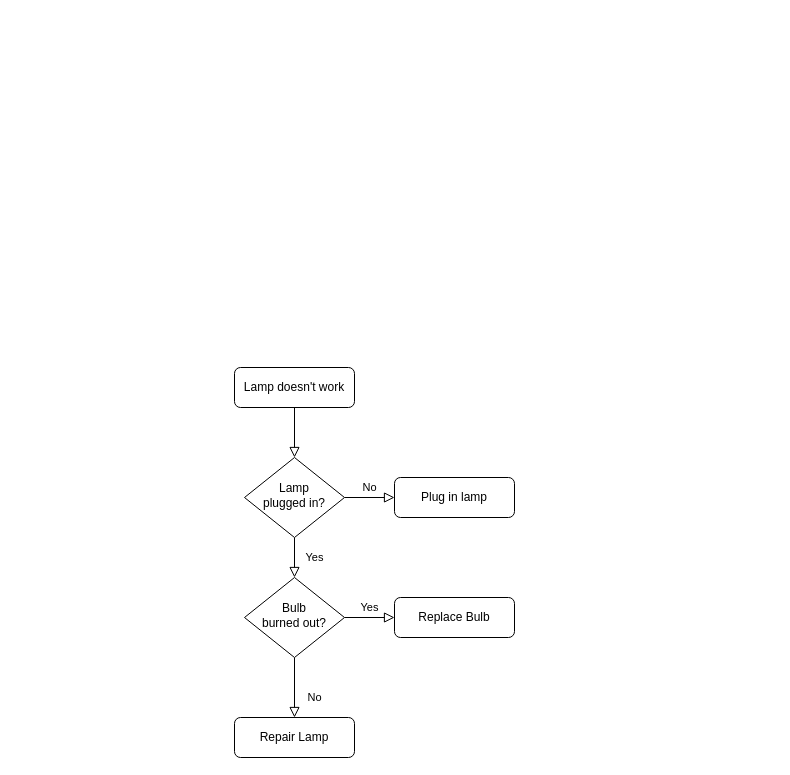
Earlier version of the draw.io diagram BaseballGameDiagram.drawio (just1103/Swift_Syntax). Source tidied: cells renumbered, new cells numbered last; positions are measured from the earlier drawing's top-left corner, leaving out a move shared by most shapes. Both pictures are drawn from the tidied source at 100%, with x=0, y=0 at pixel (234, 367).
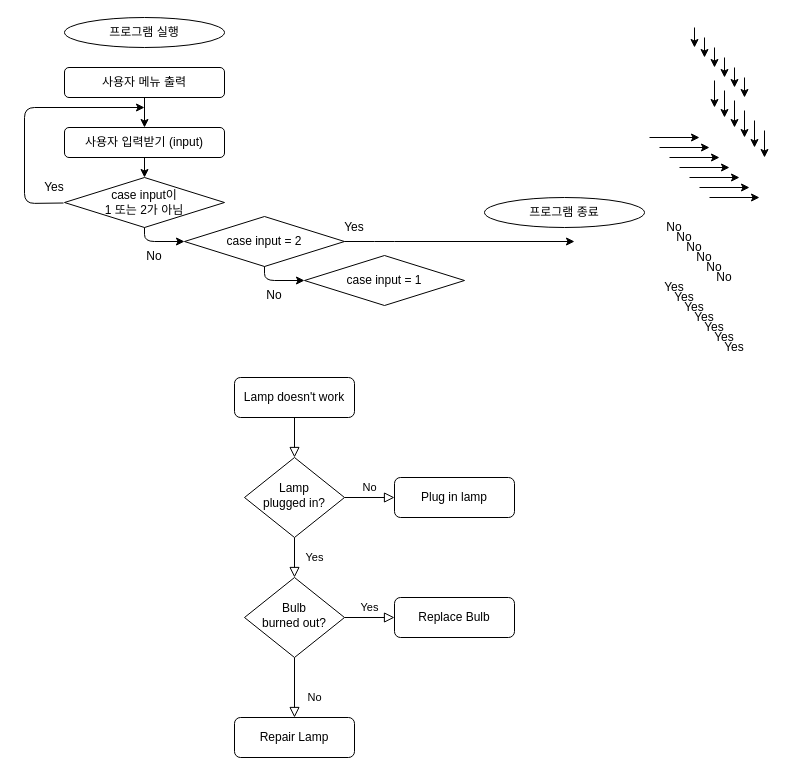
The same diagram, later.

The edit, as a diff of the source:
```diff
@@
     <mxCell id="3" value="Lamp doesn't work" style="rounded=1;whiteSpace=wrap;html=1;fontSize=12;glass=0;strokeWidth=1;shadow=0;" parent="1" vertex="1">
-      <mxGeometry width="120" height="40" as="geometry" />
+      <mxGeometry y="10" width="120" height="40" as="geometry" />
     </mxCell>
@@
+    <mxCell id="13" value="프로그램 실행" style="ellipse;whiteSpace=wrap;html=1;" parent="1" vertex="1">
+      <mxGeometry x="-170" y="-350" width="160" height="30" as="geometry" />
+    </mxCell>
+    <mxCell id="14" style="edgeStyle=orthogonalEdgeStyle;rounded=0;jettySize=auto;html=1;entryX=0.5;entryY=0;entryDx=0;entryDy=0;" parent="1" edge="1" source="15" target="16">
+      <mxGeometry relative="1" as="geometry" />
+    </mxCell>
+    <mxCell id="15" value="사용자 메뉴 출력" style="rounded=1;whiteSpace=wrap;html=1;" parent="1" vertex="1">
+      <mxGeometry x="-170" y="-300" width="160" height="30" as="geometry" />
+    </mxCell>
+    <mxCell id="16" value="사용자 입력받기 (input)" style="rounded=1;whiteSpace=wrap;html=1;" parent="1" vertex="1">
+      <mxGeometry x="-170" y="-240" width="160" height="30" as="geometry" />
+    </mxCell>
+    <mxCell id="17" value="&lt;font style=&quot;font-size: 12px&quot;&gt;case input이 &lt;br&gt;1 또는 2가 아님&lt;/font&gt;" style="rhombus;whiteSpace=wrap;html=1;" parent="1" vertex="1">
+      <mxGeometry x="-170" y="-190" width="160" height="50" as="geometry" />
+    </mxCell>
+    <mxCell id="18" style="endArrow=classic;html=1;" parent="1" edge="1">
+      <mxGeometry relative="1" as="geometry">
+        <mxPoint x="-171" y="-164.5" as="sourcePoint" />
+        <mxPoint x="-90" y="-260" as="targetPoint" />
+        <Array as="points">
+          <mxPoint x="-210" y="-164" />
+          <mxPoint x="-210" y="-260" />
+        </Array>
+      </mxGeometry>
+    </mxCell>
+    <mxCell id="19" style="endArrow=classic;html=1;" parent="1" edge="1">
+      <mxGeometry relative="1" as="geometry">
+        <mxPoint x="460" y="-340" as="sourcePoint" />
+        <mxPoint x="460" y="-320" as="targetPoint" />
+      </mxGeometry>
+    </mxCell>
+    <mxCell id="20" style="endArrow=classic;html=1;" parent="1" edge="1">
+      <mxGeometry relative="1" as="geometry">
+        <mxPoint x="470" y="-330" as="sourcePoint" />
+        <mxPoint x="470" y="-310" as="targetPoint" />
+      </mxGeometry>
+    </mxCell>
+    <mxCell id="21" style="endArrow=classic;html=1;" parent="1" edge="1">
+      <mxGeometry relative="1" as="geometry">
+        <mxPoint x="480" y="-320" as="sourcePoint" />
+        <mxPoint x="480" y="-300" as="targetPoint" />
+      </mxGeometry>
+    </mxCell>
+    <mxCell id="22" style="endArrow=classic;html=1;" parent="1" edge="1">
+      <mxGeometry relative="1" as="geometry">
+        <mxPoint x="490" y="-310" as="sourcePoint" />
+        <mxPoint x="490" y="-290" as="targetPoint" />
+      </mxGeometry>
+    </mxCell>
+    <mxCell id="23" style="endArrow=classic;html=1;" parent="1" edge="1">
+      <mxGeometry relative="1" as="geometry">
+        <mxPoint x="500" y="-300" as="sourcePoint" />
+        <mxPoint x="500" y="-280" as="targetPoint" />
+      </mxGeometry>
+    </mxCell>
+    <mxCell id="24" style="endArrow=classic;html=1;" parent="1" edge="1">
+      <mxGeometry relative="1" as="geometry">
+        <mxPoint x="510" y="-290" as="sourcePoint" />
+        <mxPoint x="510" y="-270" as="targetPoint" />
+        <Array as="points">
+          <mxPoint x="510" y="-270" />
+        </Array>
+      </mxGeometry>
+    </mxCell>
+    <mxCell id="25" style="endArrow=classic;html=1;exitX=0.5;exitY=1;exitDx=0;exitDy=0;entryX=0;entryY=0.5;entryDx=0;entryDy=0;" parent="1" edge="1" source="17" target="56">
+      <mxGeometry relative="1" as="geometry">
+        <Array as="points">
+          <mxPoint x="-90" y="-126" />
+        </Array>
+      </mxGeometry>
+    </mxCell>
+    <mxCell id="26" style="endArrow=classic;html=1;" parent="1" edge="1">
+      <mxGeometry relative="1" as="geometry">
+        <mxPoint x="480" y="-287" as="sourcePoint" />
+        <mxPoint x="480" y="-260" as="targetPoint" />
+      </mxGeometry>
+    </mxCell>
+    <mxCell id="27" style="endArrow=classic;html=1;" parent="1" edge="1">
+      <mxGeometry relative="1" as="geometry">
+        <mxPoint x="490" y="-277" as="sourcePoint" />
+        <mxPoint x="490" y="-250" as="targetPoint" />
+      </mxGeometry>
+    </mxCell>
+    <mxCell id="28" style="endArrow=classic;html=1;" parent="1" edge="1">
+      <mxGeometry relative="1" as="geometry">
+        <mxPoint x="500" y="-267" as="sourcePoint" />
+        <mxPoint x="500" y="-240" as="targetPoint" />
+      </mxGeometry>
+    </mxCell>
+    <mxCell id="29" style="endArrow=classic;html=1;" parent="1" edge="1">
+      <mxGeometry relative="1" as="geometry">
+        <mxPoint x="510" y="-257" as="sourcePoint" />
+        <mxPoint x="510" y="-230" as="targetPoint" />
+      </mxGeometry>
+    </mxCell>
+    <mxCell id="30" style="endArrow=classic;html=1;" parent="1" edge="1">
+      <mxGeometry relative="1" as="geometry">
+        <mxPoint x="520" y="-247" as="sourcePoint" />
+        <mxPoint x="520" y="-220" as="targetPoint" />
+      </mxGeometry>
+    </mxCell>
+    <mxCell id="31" style="endArrow=classic;html=1;" parent="1" edge="1">
+      <mxGeometry relative="1" as="geometry">
+        <mxPoint x="530" y="-237" as="sourcePoint" />
+        <mxPoint x="530" y="-210" as="targetPoint" />
+      </mxGeometry>
+    </mxCell>
+    <mxCell id="32" style="endArrow=classic;html=1;" parent="1" edge="1">
+      <mxGeometry relative="1" as="geometry">
+        <mxPoint x="415" y="-230" as="sourcePoint" />
+        <mxPoint x="465" y="-230" as="targetPoint" />
+      </mxGeometry>
+    </mxCell>
+    <mxCell id="33" style="endArrow=classic;html=1;" parent="1" edge="1">
+      <mxGeometry relative="1" as="geometry">
+        <mxPoint x="425" y="-220" as="sourcePoint" />
+        <mxPoint x="475" y="-220" as="targetPoint" />
+      </mxGeometry>
+    </mxCell>
+    <mxCell id="34" style="endArrow=classic;html=1;" parent="1" edge="1">
+      <mxGeometry relative="1" as="geometry">
+        <mxPoint x="435" y="-210" as="sourcePoint" />
+        <mxPoint x="485" y="-210" as="targetPoint" />
+      </mxGeometry>
+    </mxCell>
+    <mxCell id="35" style="endArrow=classic;html=1;" parent="1" edge="1">
+      <mxGeometry relative="1" as="geometry">
+        <mxPoint x="445" y="-200" as="sourcePoint" />
+        <mxPoint x="495" y="-200" as="targetPoint" />
+      </mxGeometry>
+    </mxCell>
+    <mxCell id="36" style="endArrow=classic;html=1;" parent="1" edge="1">
+      <mxGeometry relative="1" as="geometry">
+        <mxPoint x="455" y="-190" as="sourcePoint" />
+        <mxPoint x="505" y="-190" as="targetPoint" />
+      </mxGeometry>
+    </mxCell>
+    <mxCell id="37" style="endArrow=classic;html=1;" parent="1" edge="1">
+      <mxGeometry relative="1" as="geometry">
+        <mxPoint x="465" y="-180" as="sourcePoint" />
+        <mxPoint x="515" y="-180" as="targetPoint" />
+      </mxGeometry>
+    </mxCell>
+    <mxCell id="38" style="endArrow=classic;html=1;" parent="1" edge="1">
+      <mxGeometry relative="1" as="geometry">
+        <mxPoint x="475" y="-170" as="sourcePoint" />
+        <mxPoint x="525" y="-170" as="targetPoint" />
+      </mxGeometry>
+    </mxCell>
+    <mxCell id="39" value="No" style="text;html=1;strokeColor=none;fillColor=none;align=center;verticalAlign=middle;whiteSpace=wrap;rounded=0;" parent="1" vertex="1">
+      <mxGeometry x="-100" y="-121" width="40" height="20" as="geometry" />
+    </mxCell>
+    <mxCell id="40" value="No" style="text;html=1;strokeColor=none;fillColor=none;align=center;verticalAlign=middle;whiteSpace=wrap;rounded=0;" parent="1" vertex="1">
+      <mxGeometry x="420" y="-150" width="40" height="20" as="geometry" />
+    </mxCell>
+    <mxCell id="41" value="No" style="text;html=1;strokeColor=none;fillColor=none;align=center;verticalAlign=middle;whiteSpace=wrap;rounded=0;" parent="1" vertex="1">
+      <mxGeometry x="430" y="-140" width="40" height="20" as="geometry" />
+    </mxCell>
+    <mxCell id="42" value="No" style="text;html=1;strokeColor=none;fillColor=none;align=center;verticalAlign=middle;whiteSpace=wrap;rounded=0;" parent="1" vertex="1">
+      <mxGeometry x="440" y="-130" width="40" height="20" as="geometry" />
+    </mxCell>
+    <mxCell id="43" value="No" style="text;html=1;strokeColor=none;fillColor=none;align=center;verticalAlign=middle;whiteSpace=wrap;rounded=0;" parent="1" vertex="1">
+      <mxGeometry x="450" y="-120" width="40" height="20" as="geometry" />
+    </mxCell>
+    <mxCell id="44" value="No" style="text;html=1;strokeColor=none;fillColor=none;align=center;verticalAlign=middle;whiteSpace=wrap;rounded=0;" parent="1" vertex="1">
+      <mxGeometry x="460" y="-110" width="40" height="20" as="geometry" />
+    </mxCell>
+    <mxCell id="45" value="No" style="text;html=1;strokeColor=none;fillColor=none;align=center;verticalAlign=middle;whiteSpace=wrap;rounded=0;" parent="1" vertex="1">
+      <mxGeometry x="470" y="-100" width="40" height="20" as="geometry" />
+    </mxCell>
+    <mxCell id="46" value="Yes" style="text;html=1;strokeColor=none;fillColor=none;align=center;verticalAlign=middle;whiteSpace=wrap;rounded=0;" parent="1" vertex="1">
+      <mxGeometry x="-200" y="-190" width="40" height="20" as="geometry" />
+    </mxCell>
+    <mxCell id="47" value="Yes" style="text;html=1;strokeColor=none;fillColor=none;align=center;verticalAlign=middle;whiteSpace=wrap;rounded=0;" parent="1" vertex="1">
+      <mxGeometry x="100" y="-150" width="40" height="20" as="geometry" />
+    </mxCell>
+    <mxCell id="48" value="Yes" style="text;html=1;strokeColor=none;fillColor=none;align=center;verticalAlign=middle;whiteSpace=wrap;rounded=0;" parent="1" vertex="1">
+      <mxGeometry x="420" y="-90" width="40" height="20" as="geometry" />
+    </mxCell>
+    <mxCell id="49" value="Yes" style="text;html=1;strokeColor=none;fillColor=none;align=center;verticalAlign=middle;whiteSpace=wrap;rounded=0;" parent="1" vertex="1">
+      <mxGeometry x="430" y="-80" width="40" height="20" as="geometry" />
+    </mxCell>
+    <mxCell id="50" value="Yes" style="text;html=1;strokeColor=none;fillColor=none;align=center;verticalAlign=middle;whiteSpace=wrap;rounded=0;" parent="1" vertex="1">
+      <mxGeometry x="440" y="-70" width="40" height="20" as="geometry" />
+    </mxCell>
+    <mxCell id="51" value="Yes" style="text;html=1;strokeColor=none;fillColor=none;align=center;verticalAlign=middle;whiteSpace=wrap;rounded=0;" parent="1" vertex="1">
+      <mxGeometry x="450" y="-60" width="40" height="20" as="geometry" />
+    </mxCell>
+    <mxCell id="52" value="Yes" style="text;html=1;strokeColor=none;fillColor=none;align=center;verticalAlign=middle;whiteSpace=wrap;rounded=0;" parent="1" vertex="1">
+      <mxGeometry x="460" y="-50" width="40" height="20" as="geometry" />
+    </mxCell>
+    <mxCell id="53" value="Yes" style="text;html=1;strokeColor=none;fillColor=none;align=center;verticalAlign=middle;whiteSpace=wrap;rounded=0;" parent="1" vertex="1">
+      <mxGeometry x="470" y="-40" width="40" height="20" as="geometry" />
+    </mxCell>
+    <mxCell id="54" value="Yes" style="text;html=1;strokeColor=none;fillColor=none;align=center;verticalAlign=middle;whiteSpace=wrap;rounded=0;" parent="1" vertex="1">
+      <mxGeometry x="480" y="-30" width="40" height="20" as="geometry" />
+    </mxCell>
+    <mxCell id="55" style="edgeStyle=orthogonalEdgeStyle;rounded=0;jettySize=auto;html=1;entryX=0.5;entryY=0;entryDx=0;entryDy=0;exitX=0.5;exitY=1;exitDx=0;exitDy=0;" parent="1" edge="1" source="16" target="17">
+      <mxGeometry relative="1" as="geometry" />
+    </mxCell>
+    <mxCell id="56" value="case input = 2" style="rhombus;whiteSpace=wrap;html=1;" parent="1" vertex="1">
+      <mxGeometry x="-50" y="-151" width="160" height="50" as="geometry" />
+    </mxCell>
+    <mxCell id="57" value="No" style="text;html=1;strokeColor=none;fillColor=none;align=center;verticalAlign=middle;whiteSpace=wrap;rounded=0;" parent="1" vertex="1">
+      <mxGeometry x="20" y="-82" width="40" height="20" as="geometry" />
+    </mxCell>
+    <mxCell id="58" style="endArrow=classic;html=1;exitX=1;exitY=0.5;exitDx=0;exitDy=0;" parent="1" edge="1">
+      <mxGeometry relative="1" as="geometry">
+        <mxPoint x="110" y="-126" as="sourcePoint" />
+        <mxPoint x="340" y="-126" as="targetPoint" />
+        <Array as="points">
+          <mxPoint x="150" y="-126" />
+        </Array>
+      </mxGeometry>
+    </mxCell>
+    <mxCell id="59" value="case input = 1" style="rhombus;whiteSpace=wrap;html=1;" parent="1" vertex="1">
+      <mxGeometry x="70" y="-112" width="160" height="50" as="geometry" />
+    </mxCell>
+    <mxCell id="60" style="endArrow=classic;html=1;entryX=0;entryY=0.5;entryDx=0;entryDy=0;exitX=0.5;exitY=1;exitDx=0;exitDy=0;" parent="1" edge="1" source="56" target="59">
+      <mxGeometry relative="1" as="geometry">
+        <Array as="points">
+          <mxPoint x="30" y="-87" />
+        </Array>
+      </mxGeometry>
+    </mxCell>
+    <mxCell id="61" value="프로그램 종료" style="ellipse;whiteSpace=wrap;html=1;" parent="1" vertex="1">
+      <mxGeometry x="250" y="-170" width="160" height="30" as="geometry" />
+    </mxCell>
```
